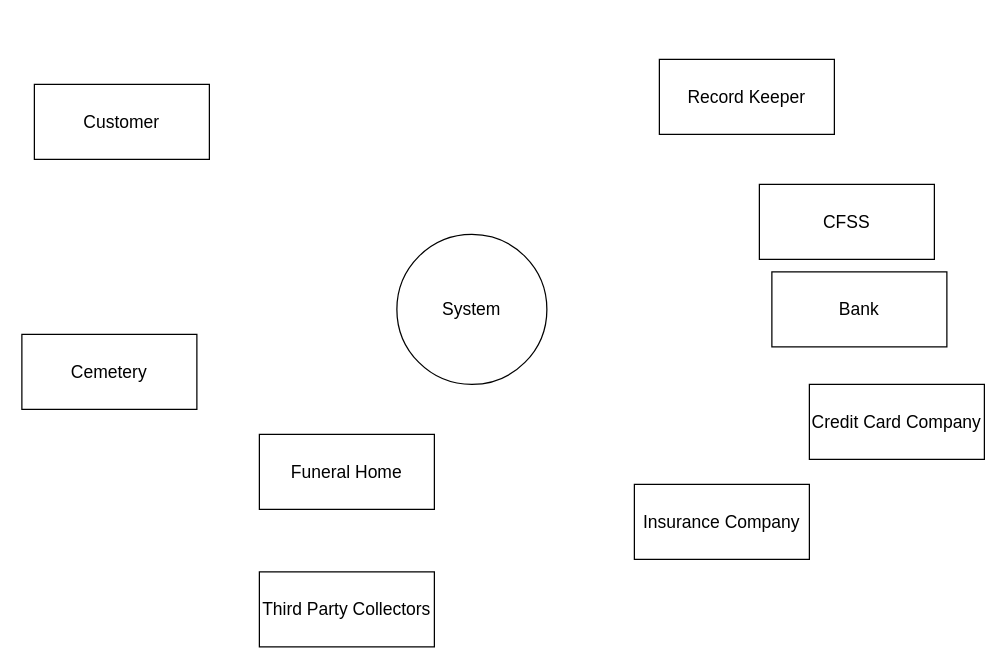
Buddhika-Pathirathna/DiagramsRepo keeps this draw.io diagram as page "DFD - 0" (5 of 5) of Untitled Diagram.drawio. Above is the earlier version. Source tidied: cells renumbered, new cells numbered last; positions are measured from the earlier drawing's top-left corner, leaving out a move shared by most shapes. Both pictures are drawn from the tidied source at 125%, with x=0, y=0 at pixel (21, 59).
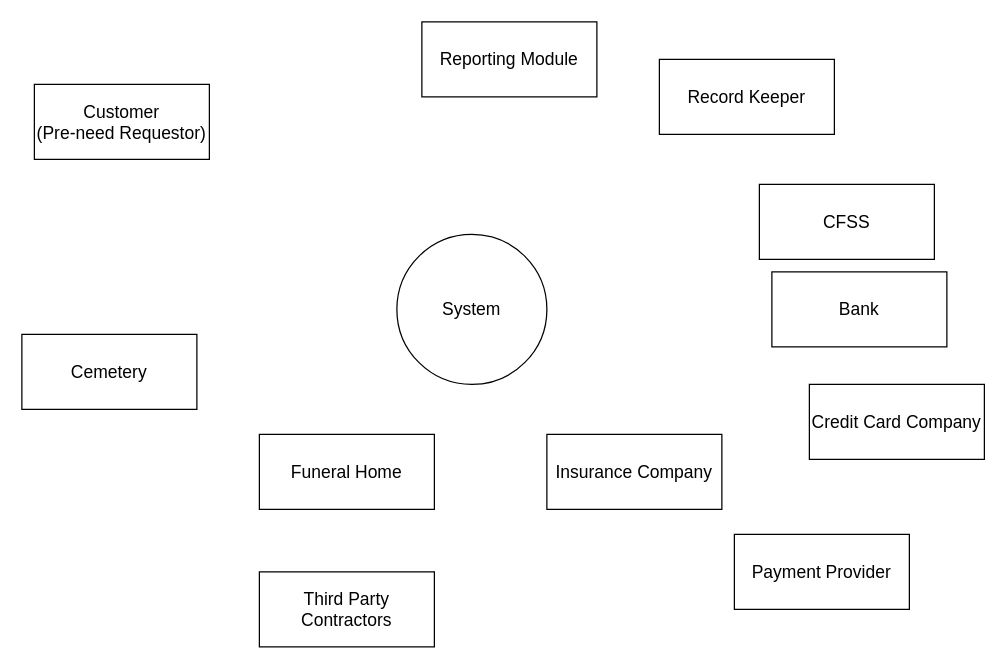
After the change.

Change to the diagram source:
```diff
@@
 <mxGraphModel>
   <root>
     <mxCell id="0" />
     <mxCell id="1" parent="0" />
     <mxCell id="2" value="&lt;font style=&quot;font-size: 14px;&quot;&gt;System&lt;/font&gt;" style="ellipse;whiteSpace=wrap;html=1;" parent="1" vertex="1">
       <mxGeometry x="300" y="140" width="120" height="120" as="geometry" />
     </mxCell>
-    <mxCell id="3" value="&lt;font style=&quot;font-size: 14px;&quot;&gt;Customer&lt;/font&gt;" style="rounded=0;whiteSpace=wrap;html=1;" parent="1" vertex="1">
+    <mxCell id="3" value="&lt;font style=&quot;font-size: 14px;&quot;&gt;Customer&lt;br&gt;(Pre-need Requestor)&lt;br&gt;&lt;/font&gt;" style="rounded=0;whiteSpace=wrap;html=1;" parent="1" vertex="1">
       <mxGeometry x="10" y="20" width="140" height="60" as="geometry" />
     </mxCell>
     <mxCell id="4" value="&lt;font style=&quot;font-size: 14px;&quot;&gt;Funeral Home&lt;/font&gt;" style="rounded=0;whiteSpace=wrap;html=1;" parent="1" vertex="1">
       <mxGeometry x="190" y="300" width="140" height="60" as="geometry" />
     </mxCell>
     <mxCell id="5" value="&lt;font style=&quot;font-size: 14px;&quot;&gt;Cemetery&lt;/font&gt;" style="rounded=0;whiteSpace=wrap;html=1;" parent="1" vertex="1">
       <mxGeometry y="220" width="140" height="60" as="geometry" />
     </mxCell>
     <mxCell id="6" value="&lt;span style=&quot;font-size: 14px;&quot;&gt;Record Keeper&lt;/span&gt;" style="rounded=0;whiteSpace=wrap;html=1;" parent="1" vertex="1">
       <mxGeometry x="510" width="140" height="60" as="geometry" />
     </mxCell>
     <mxCell id="7" value="&lt;span style=&quot;font-size: 14px;&quot;&gt;CFSS&lt;/span&gt;" style="rounded=0;whiteSpace=wrap;html=1;" parent="1" vertex="1">
       <mxGeometry x="590" y="100" width="140" height="60" as="geometry" />
     </mxCell>
     <mxCell id="8" value="&lt;font style=&quot;font-size: 14px;&quot;&gt;Insurance Company&lt;/font&gt;" style="rounded=0;whiteSpace=wrap;html=1;" parent="1" vertex="1">
-      <mxGeometry x="490" y="340" width="140" height="60" as="geometry" />
+      <mxGeometry x="420" y="300" width="140" height="60" as="geometry" />
     </mxCell>
     <mxCell id="9" value="&lt;font style=&quot;font-size: 14px;&quot;&gt;Credit Card Company&lt;/font&gt;" style="rounded=0;whiteSpace=wrap;html=1;" parent="1" vertex="1">
       <mxGeometry x="630" y="260" width="140" height="60" as="geometry" />
     </mxCell>
     <mxCell id="10" value="&lt;span style=&quot;font-size: 14px;&quot;&gt;Bank&lt;/span&gt;" style="rounded=0;whiteSpace=wrap;html=1;" parent="1" vertex="1">
       <mxGeometry x="600" y="170" width="140" height="60" as="geometry" />
     </mxCell>
-    <mxCell id="11" value="&lt;font style=&quot;font-size: 14px;&quot;&gt;Third Party Collectors&lt;/font&gt;" style="rounded=0;whiteSpace=wrap;html=1;" parent="1" vertex="1">
+    <mxCell id="11" value="&lt;font style=&quot;font-size: 14px;&quot;&gt;Third Party Contractors&lt;/font&gt;" style="rounded=0;whiteSpace=wrap;html=1;" parent="1" vertex="1">
       <mxGeometry x="190" y="410" width="140" height="60" as="geometry" />
     </mxCell>
+    <mxCell id="12" value="&lt;font style=&quot;font-size: 14px;&quot;&gt;Payment Provider&lt;/font&gt;" style="rounded=0;whiteSpace=wrap;html=1;" parent="1" vertex="1">
+      <mxGeometry x="570" y="380" width="140" height="60" as="geometry" />
+    </mxCell>
+    <mxCell id="13" value="&lt;font style=&quot;font-size: 14px;&quot;&gt;Reporting Module&lt;br&gt;&lt;/font&gt;" style="rounded=0;whiteSpace=wrap;html=1;" parent="1" vertex="1">
+      <mxGeometry x="320" y="-30" width="140" height="60" as="geometry" />
+    </mxCell>
   </root>
 </mxGraphModel>
```
